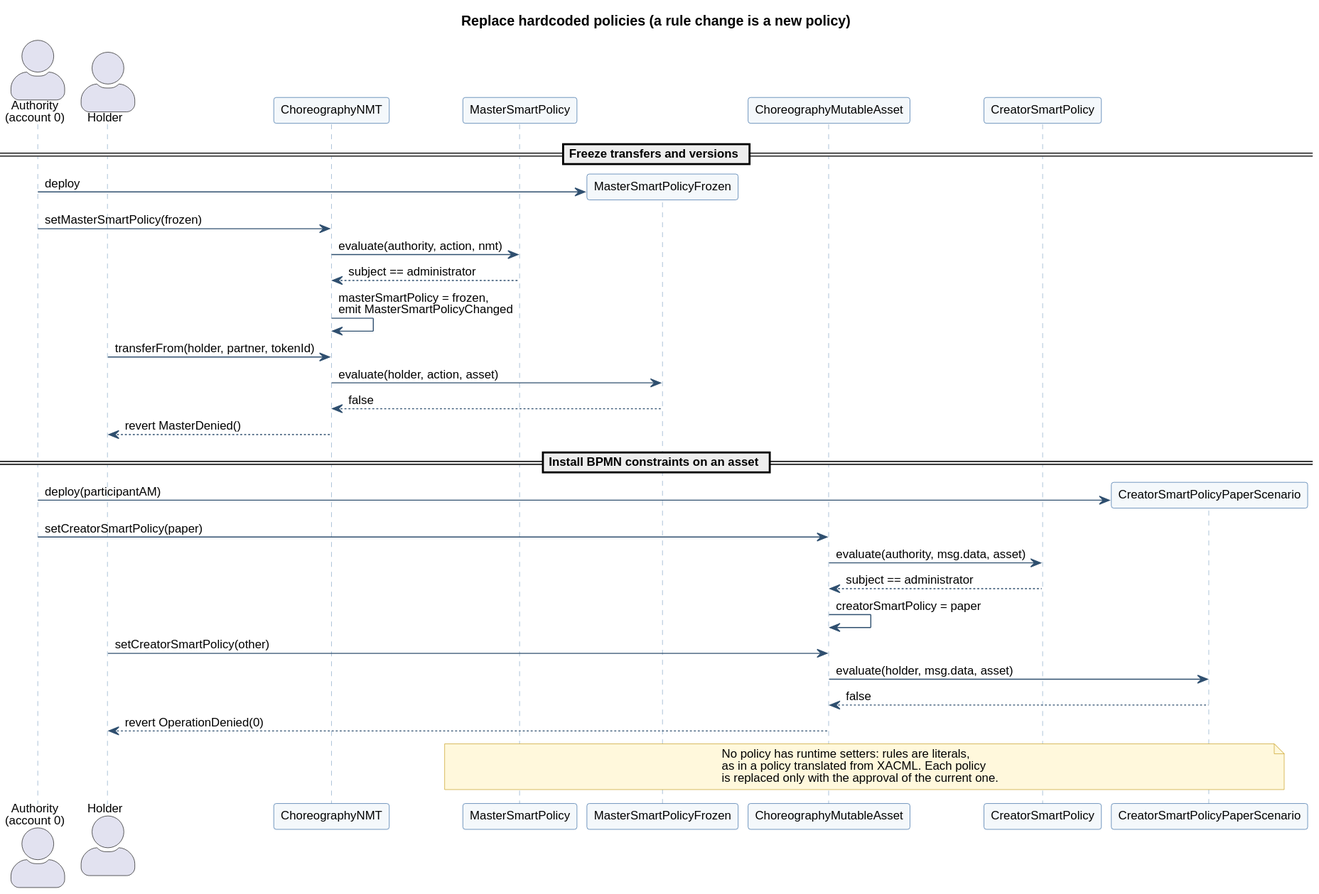
Before: docs/uml/sequence-policy-replacement.svg, a diagram exported from PlantUML (d0na/ChorNMT).
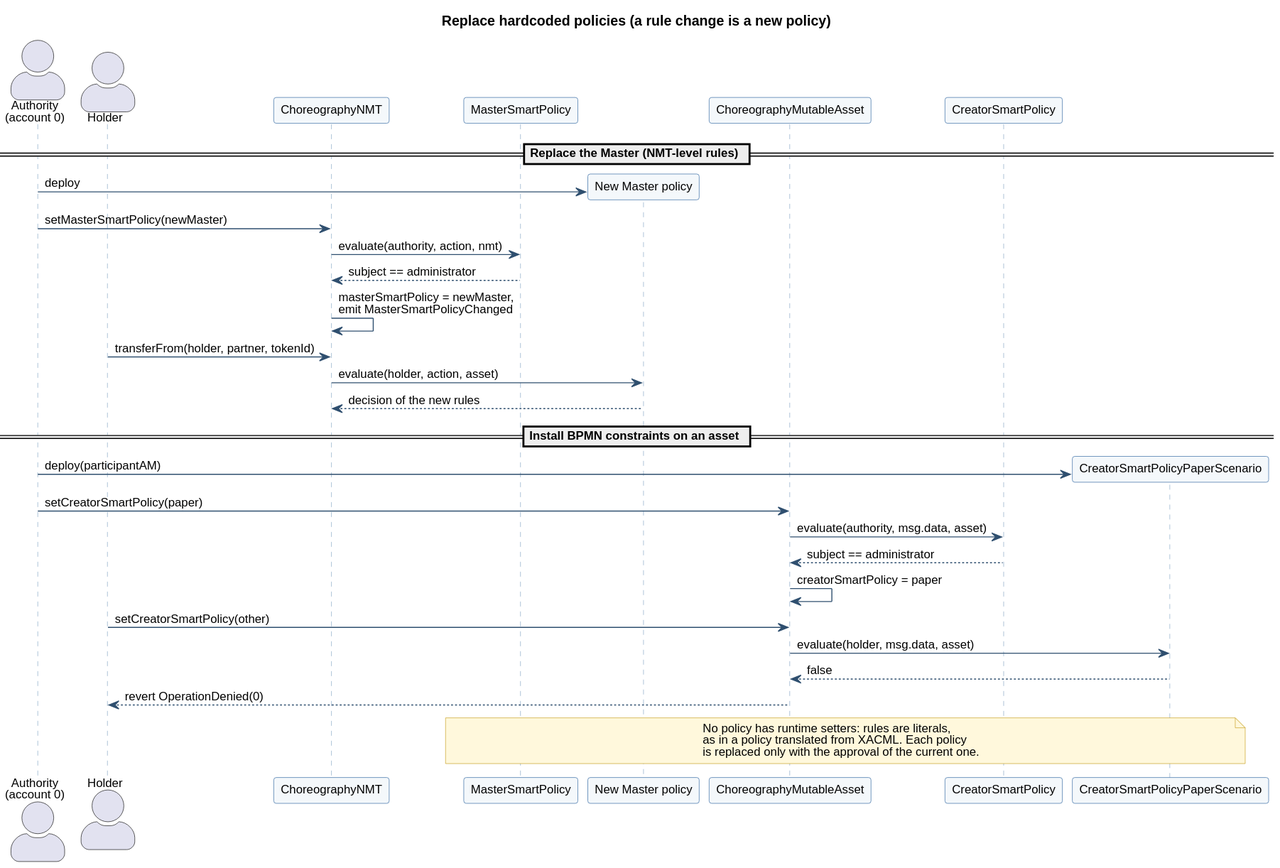
After the change.

Change to the diagram source:
```diff
@@ -6,21 +6,20 @@
 actor "Holder" as Holder
 participant "ChoreographyNMT" as NMT
 participant "MasterSmartPolicy" as Master
-participant "MasterSmartPolicyFrozen" as Frozen
+participant "New Master policy" as NewMaster
 participant "ChoreographyMutableAsset" as Asset
 participant "CreatorSmartPolicy" as Creator
 participant "CreatorSmartPolicyPaperScenario" as Paper
 
-== Freeze transfers and versions ==
-Authority -> Frozen ** : deploy
-Authority -> NMT : setMasterSmartPolicy(frozen)
+== Replace the Master (NMT-level rules) ==
+Authority -> NewMaster ** : deploy
+Authority -> NMT : setMasterSmartPolicy(newMaster)
 NMT -> Master : evaluate(authority, action, nmt)
 Master --> NMT : subject == administrator
-NMT -> NMT : masterSmartPolicy = frozen,\nemit MasterSmartPolicyChanged
+NMT -> NMT : masterSmartPolicy = newMaster,\nemit MasterSmartPolicyChanged
 Holder -> NMT : transferFrom(holder, partner, tokenId)
-NMT -> Frozen : evaluate(holder, action, asset)
-Frozen --> NMT : false
-NMT --> Holder : revert MasterDenied()
+NMT -> NewMaster : evaluate(holder, action, asset)
+NewMaster --> NMT : decision of the new rules
 
 == Install BPMN constraints on an asset ==
 Authority -> Paper ** : deploy(participantAM)
```
